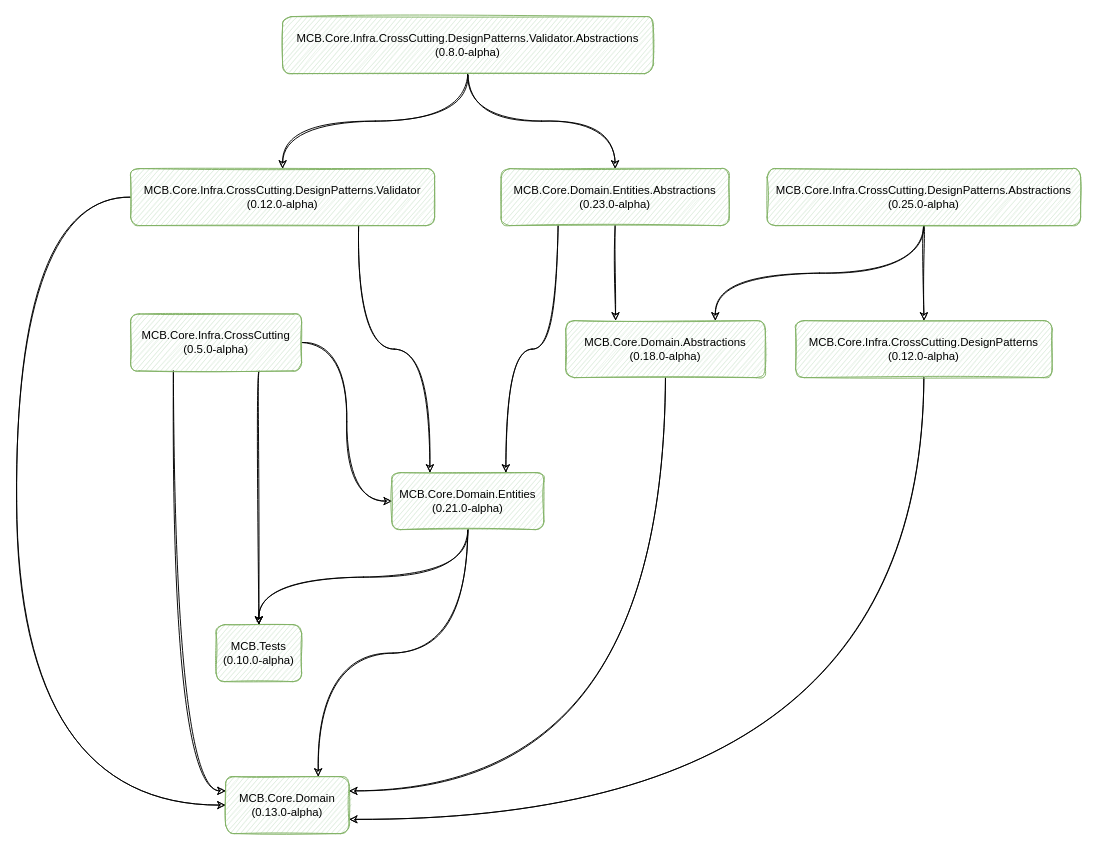
The draw.io diagram Core/diagrams/core-overview.drawio in MarceloCas/Docs, before the edit. Source tidied: cells renumbered, new cells numbered last; positions are measured from the earlier drawing's top-left corner, leaving out a move shared by most shapes. Both pictures are drawn from the tidied source at 95%, with x=0, y=0 at pixel (16, 16).
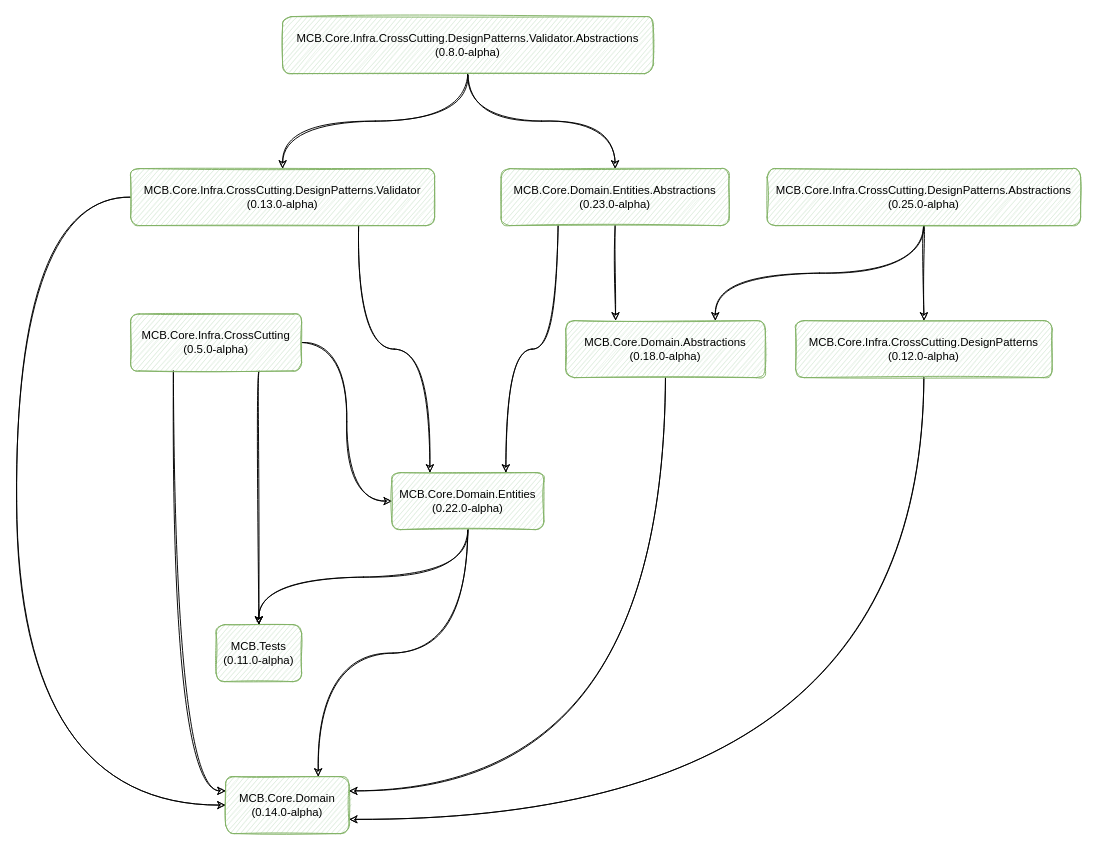
After the change.

Commit message:
update package versionas

Change to the diagram source:
```diff
@@
-    <mxCell id="16" value="MCB.Core.Infra.CrossCutting.DesignPatterns.Validator&lt;br&gt;(0.12.0-alpha)" style="rounded=1;whiteSpace=wrap;html=1;sketch=1;fillColor=#d5e8d4;strokeColor=#82b366;" parent="1" vertex="1">
+    <mxCell id="16" value="MCB.Core.Infra.CrossCutting.DesignPatterns.Validator&lt;br&gt;(0.13.0-alpha)" style="rounded=1;whiteSpace=wrap;html=1;sketch=1;fillColor=#d5e8d4;strokeColor=#82b366;" parent="1" vertex="1">
       <mxGeometry x="120" y="160" width="320" height="60" as="geometry" />
     </mxCell>
@@
-    <mxCell id="22" value="MCB.Core.Domain&lt;br&gt;(0.13.0-alpha)" style="rounded=1;whiteSpace=wrap;html=1;sketch=1;fillColor=#d5e8d4;strokeColor=#82b366;" parent="1" vertex="1">
+    <mxCell id="22" value="MCB.Core.Domain&lt;br&gt;(0.14.0-alpha)" style="rounded=1;whiteSpace=wrap;html=1;sketch=1;fillColor=#d5e8d4;strokeColor=#82b366;" parent="1" vertex="1">
       <mxGeometry x="220" y="800" width="130" height="60" as="geometry" />
     </mxCell>
@@
-    <mxCell id="25" value="MCB.Core.Domain.Entities&lt;br&gt;(0.21.0-alpha)" style="rounded=1;whiteSpace=wrap;html=1;sketch=1;fillColor=#d5e8d4;strokeColor=#82b366;" parent="1" vertex="1">
+    <mxCell id="25" value="MCB.Core.Domain.Entities&lt;br&gt;(0.22.0-alpha)" style="rounded=1;whiteSpace=wrap;html=1;sketch=1;fillColor=#d5e8d4;strokeColor=#82b366;" parent="1" vertex="1">
       <mxGeometry x="395" y="480" width="160" height="60" as="geometry" />
     </mxCell>
-    <mxCell id="26" value="MCB.Tests&lt;br&gt;(0.10.0-alpha)" style="rounded=1;whiteSpace=wrap;html=1;sketch=1;fillColor=#d5e8d4;strokeColor=#82b366;" parent="1" vertex="1">
+    <mxCell id="26" value="MCB.Tests&lt;br&gt;(0.11.0-alpha)" style="rounded=1;whiteSpace=wrap;html=1;sketch=1;fillColor=#d5e8d4;strokeColor=#82b366;" parent="1" vertex="1">
       <mxGeometry x="210" y="640" width="90" height="60" as="geometry" />
     </mxCell>
```
